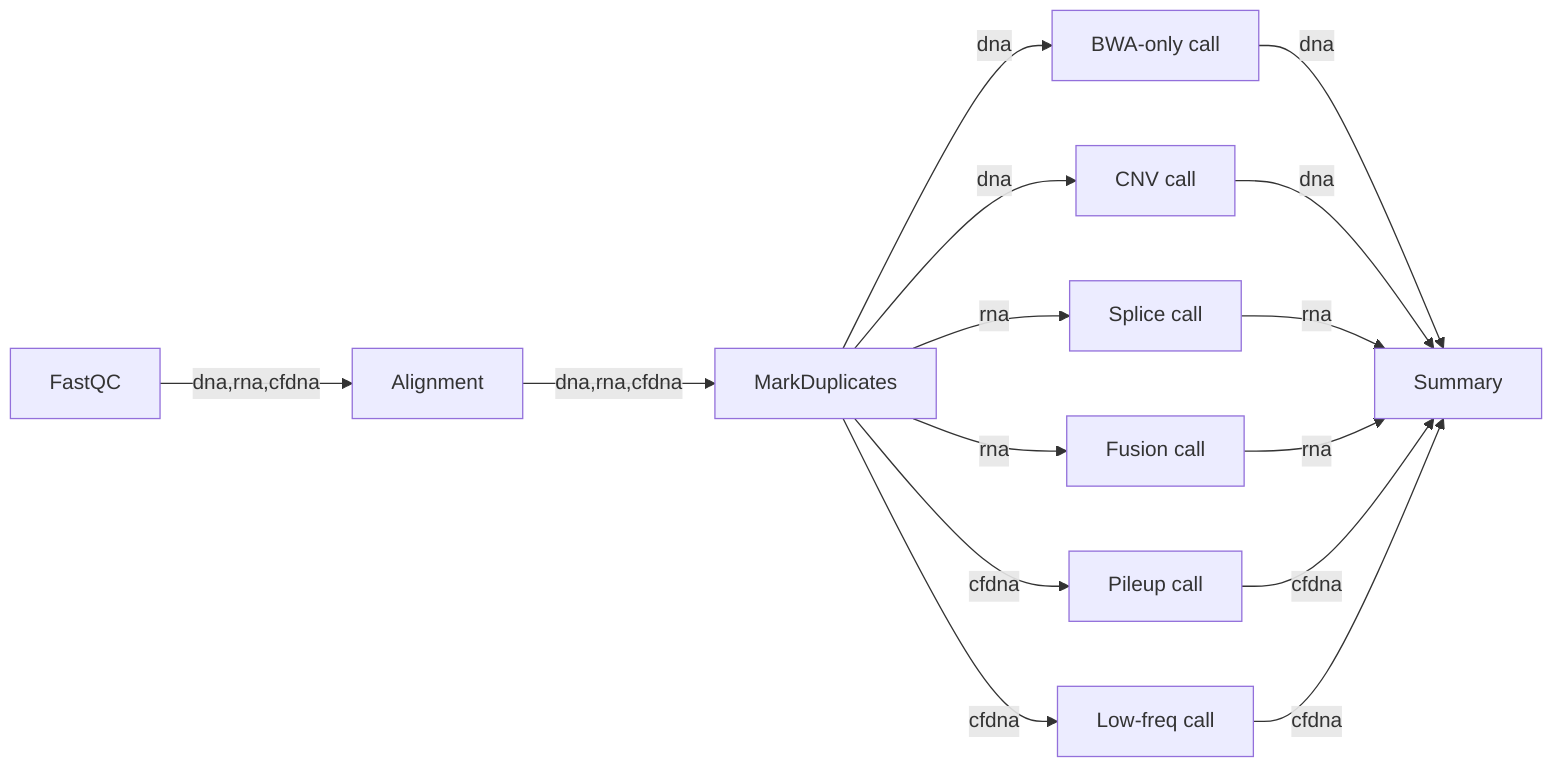
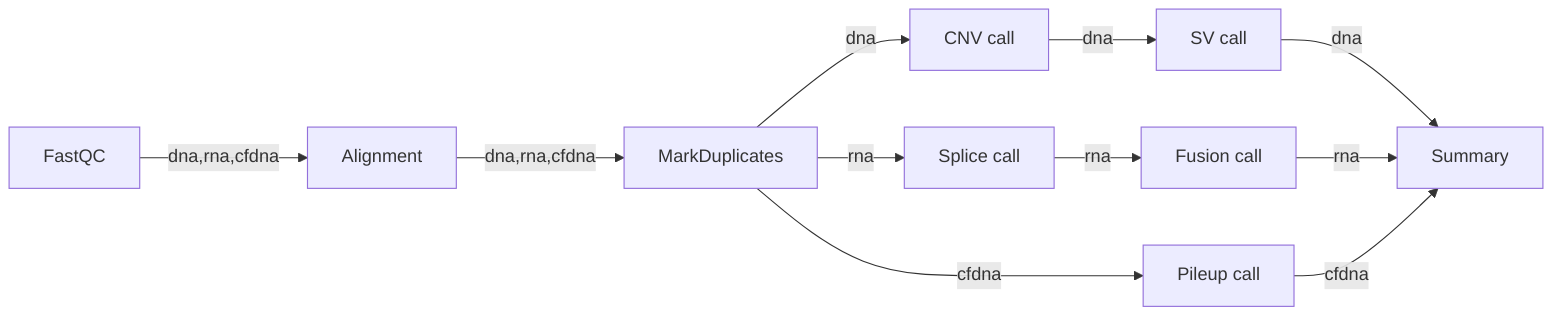
%%metro title: Centered Tracks Demo
%%metro style: dark
%%metro centered_tracks: true
%%metro line: dna | DNA samples | #4CAF50
%%metro line: rna | RNA samples | #2196F3
%%metro line: cfdna | cfDNA samples | #E91E63

graph LR
    fastqc[FastQC]
    align[Alignment]
    markdup[MarkDuplicates]
    summary[Summary]

-     bwa[BWA-only call]
    cnv[CNV call]
+     sv[SV call]
    splice[Splice call]
    fusion[Fusion call]
    pileup[Pileup call]
-     lowfreq[Low-freq call]

    fastqc -->|dna,rna,cfdna| align
    align -->|dna,rna,cfdna| markdup

-     markdup -->|dna| bwa
    markdup -->|dna| cnv
-     bwa -->|dna| summary
-     cnv -->|dna| summary
+     cnv -->|dna| sv
+     sv -->|dna| summary

    markdup -->|rna| splice
-     markdup -->|rna| fusion
-     splice -->|rna| summary
+     splice -->|rna| fusion
    fusion -->|rna| summary

    markdup -->|cfdna| pileup
-     markdup -->|cfdna| lowfreq
    pileup -->|cfdna| summary
-     lowfreq -->|cfdna| summary
